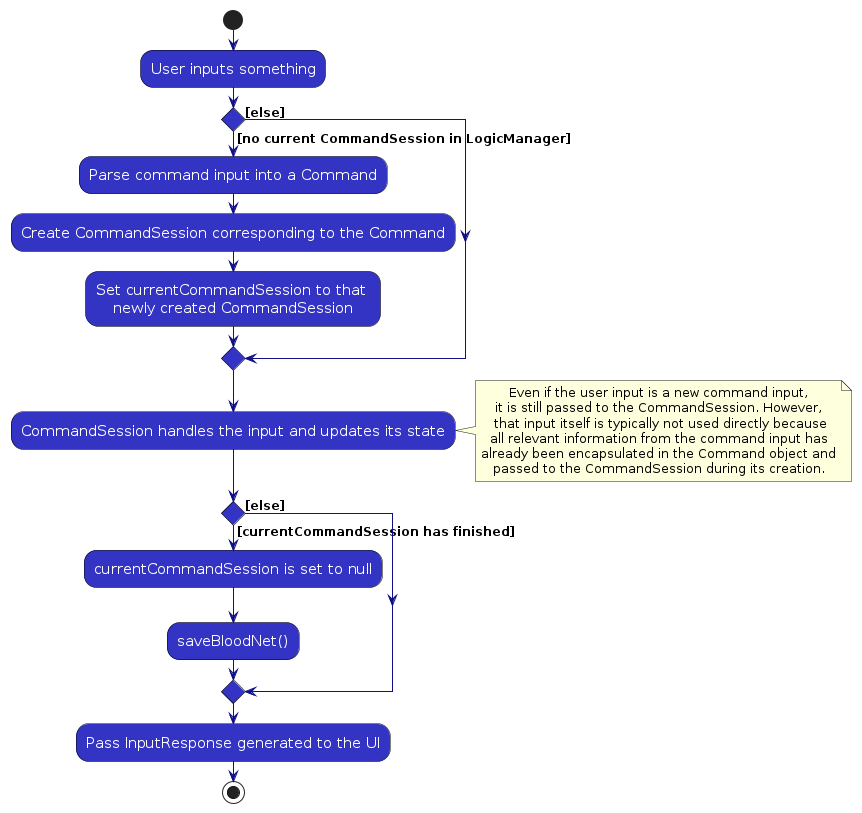
The PlantUML diagram diagrams/CommandSessionActivityDiagram.png in AY2526S1-CS2103T-T16-4/tp, before a commit. Its source is kept beside it as diagrams/CommandSessionActivityDiagram.puml.
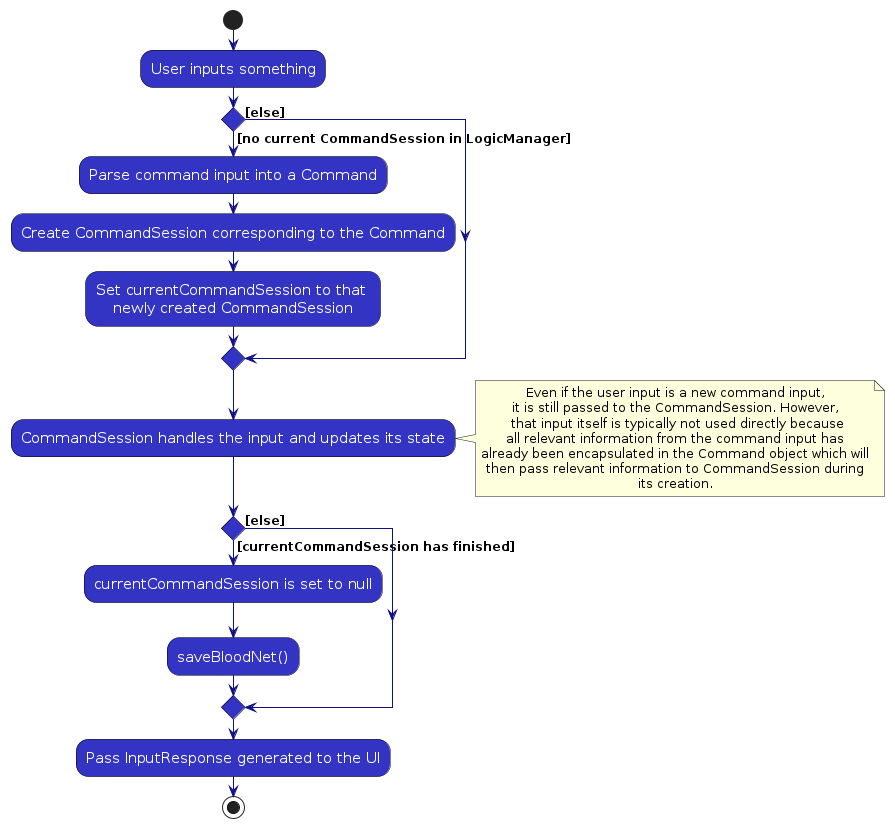
After the commit.

The edit, as a diff of the source:
```diff
@@ -22,8 +22,9 @@
 it is still passed to the CommandSession. However,
  that input itself is typically not used directly because
 all relevant information from the command input has
-already been encapsulated in the Command object and
-passed to the CommandSession during its creation.
+already been encapsulated in the Command object which will
+then pass relevant information to CommandSession during
+its creation.
 endnote
 
 if () then ([currentCommandSession has finished])
```
